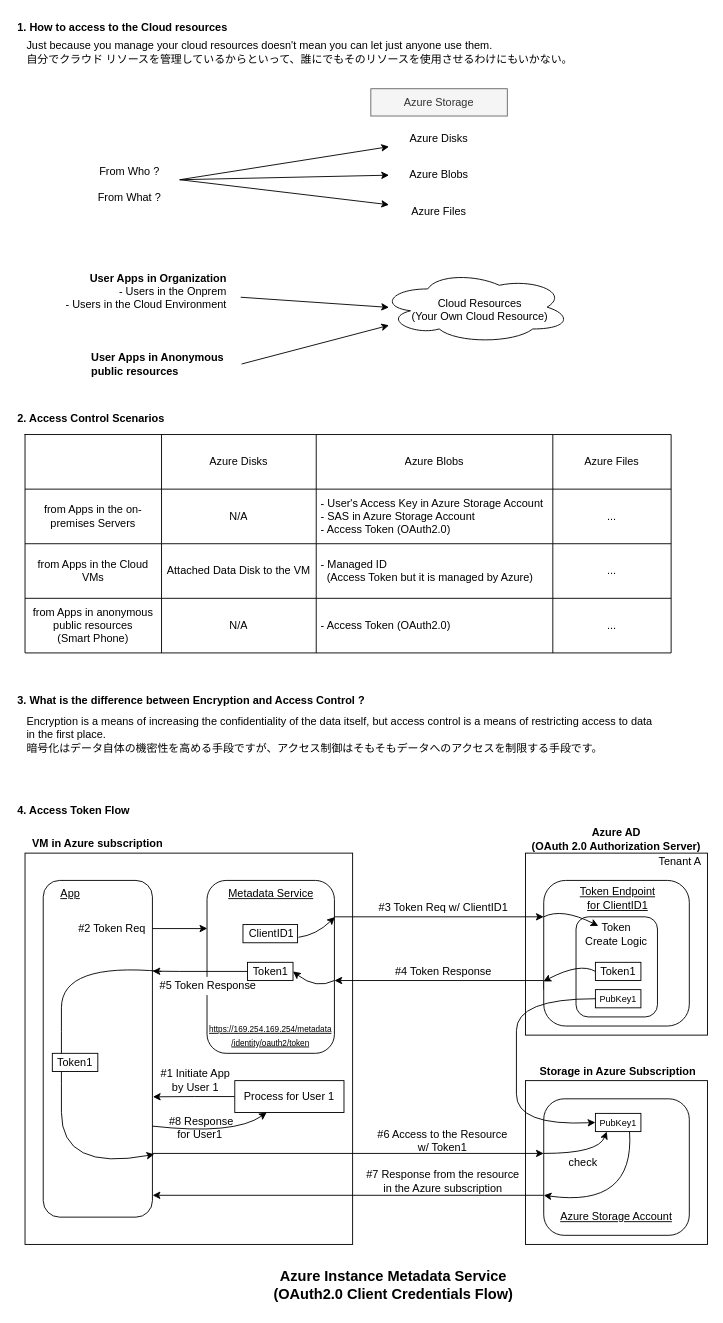
Before: Azure/AccessFrom.drawio in developer-onizuka/Diagrams, a draw.io diagram. Source tidied: cells renumbered, new cells numbered last; positions are measured from the earlier drawing's top-left corner, leaving out a move shared by most shapes. Both pictures are drawn from the tidied source at 91%, with x=0, y=0 at pixel (15, 15).
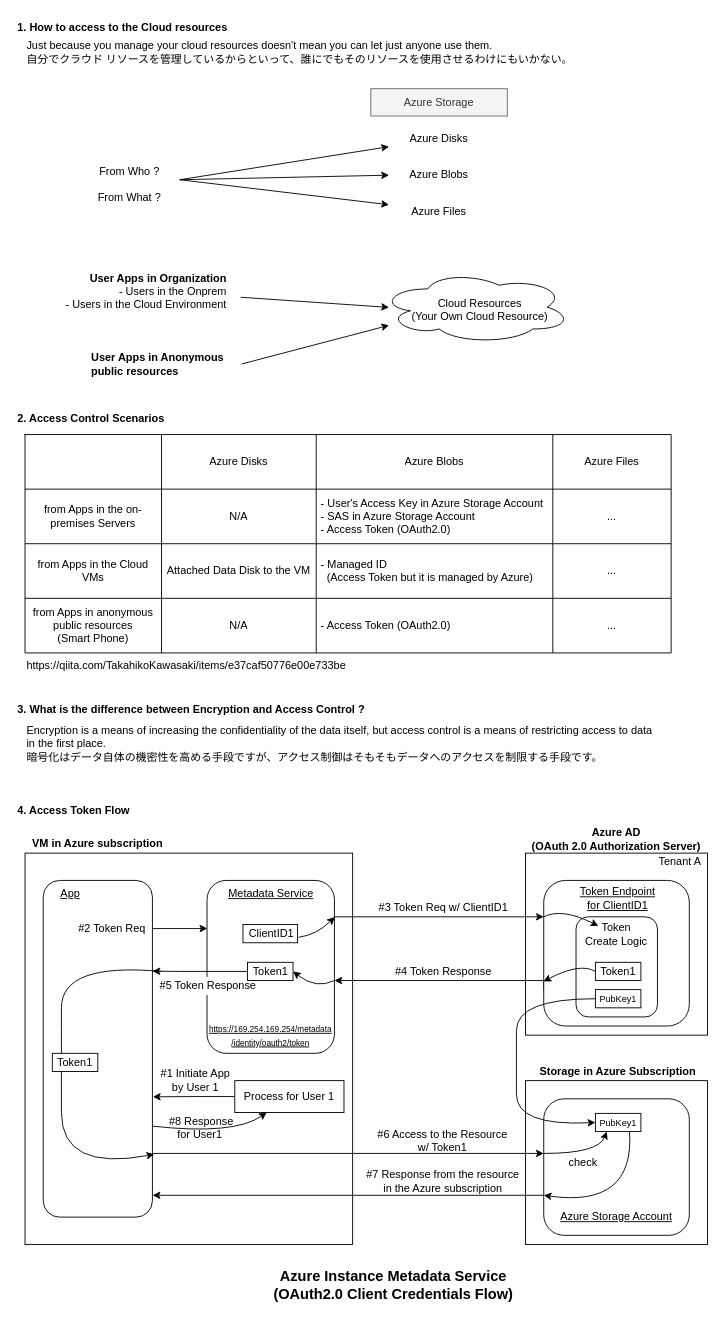
Above is the later version.

Change to the diagram source:
```diff
@@
     <mxCell id="39" value="Encryption is a means of increasing the confidentiality of the data itself, but access control is a means of restricting access to data in the first place.&lt;br&gt;暗号化はデータ自体の機密性を高める手段ですが、アクセス制御はそもそもデータへのアクセスを制限する手段です。" style="text;html=1;strokeColor=none;fillColor=none;align=left;verticalAlign=middle;whiteSpace=wrap;rounded=0;" parent="1" vertex="1">
-      <mxGeometry x="10" y="765" width="701" height="50" as="geometry" />
+      <mxGeometry x="10" y="775" width="701" height="50" as="geometry" />
     </mxCell>
     <mxCell id="40" value="&lt;b&gt;3. What is the difference between Encryption and Access Control ?&lt;/b&gt;" style="text;html=1;strokeColor=none;fillColor=none;align=left;verticalAlign=middle;whiteSpace=wrap;rounded=0;" parent="1" vertex="1">
-      <mxGeometry y="740" width="400" height="25" as="geometry" />
+      <mxGeometry y="750" width="400" height="25" as="geometry" />
     </mxCell>
@@
+    <mxCell id="101" value="https://qiita.com/TakahikoKawasaki/items/e37caf50776e00e733be" style="text;whiteSpace=wrap;" parent="1" vertex="1">
+      <mxGeometry x="10" y="700" width="480" height="20" as="geometry" />
+    </mxCell>
```
